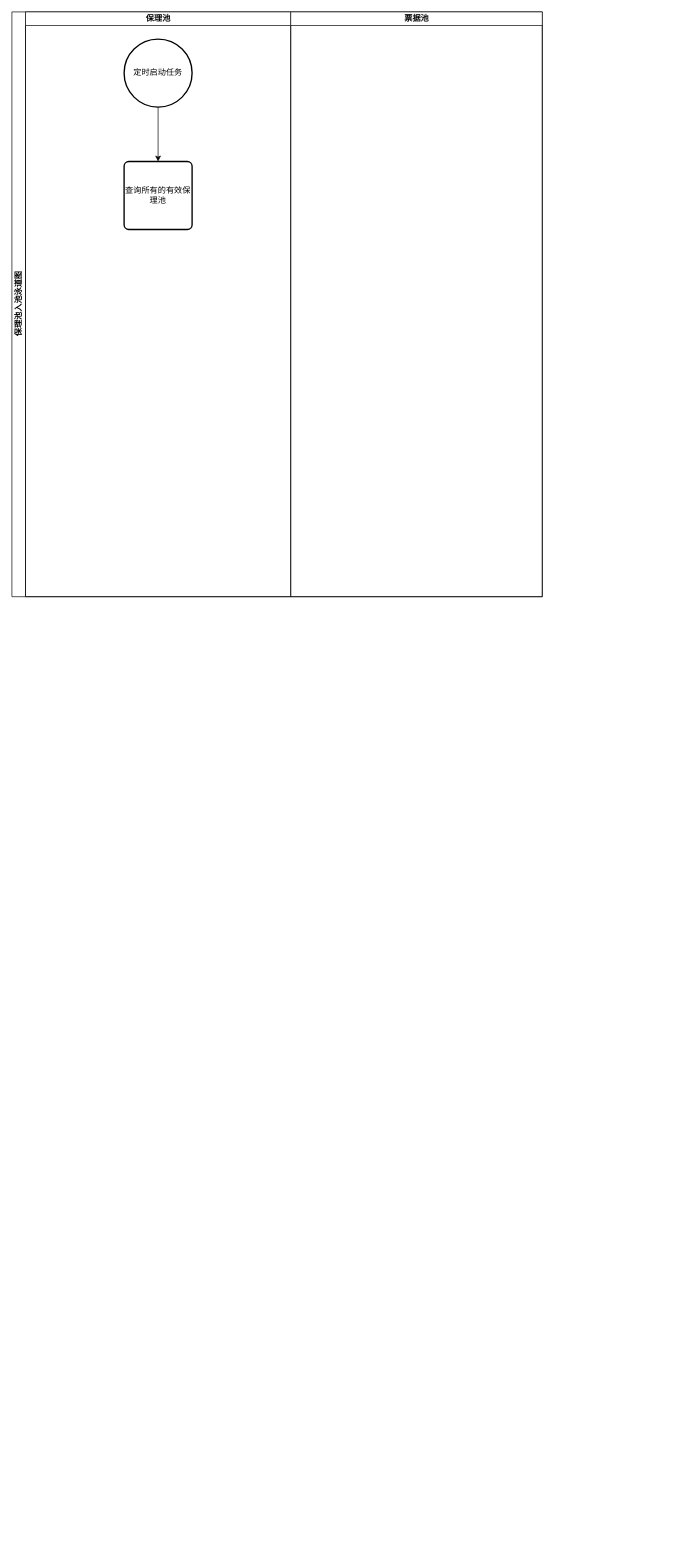
This is 金融科技/保理池入池流程图.drawio from 294794668/draw, a draw.io file, before an edit. Source tidied: cells renumbered, new cells numbered last; positions are measured from the earlier drawing's top-left corner, leaving out a move shared by most shapes. Both pictures are drawn from the tidied source at 68%, with x=0, y=0 at pixel (12, 12).
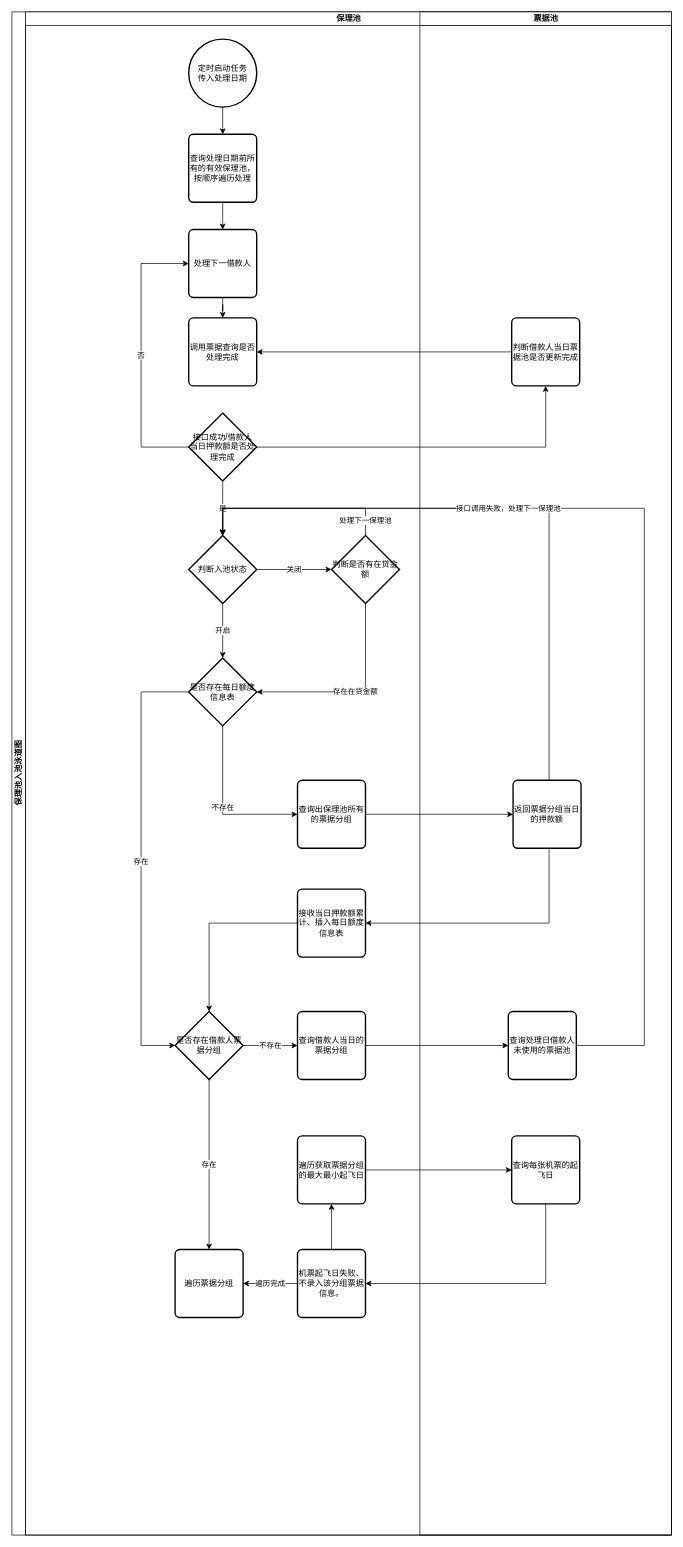
The same diagram, later.

Commit message:
更新保理池入池流程图.drawio

The edit, as a diff of the source:
```diff
@@
     <mxCell id="2" value="保理池入池泳道图" style="swimlane;html=1;startSize=20;horizontal=0;" parent="1" vertex="1">
-      <mxGeometry width="780" height="860" as="geometry" />
+      <mxGeometry width="970" height="2240" as="geometry" />
     </mxCell>
     <mxCell id="3" value="保理池" style="swimlane;html=1;startSize=20;" parent="2" vertex="1">
-      <mxGeometry x="20" width="390" height="860" as="geometry" />
+      <mxGeometry x="20" width="950" height="2240" as="geometry" />
     </mxCell>
@@
-    <mxCell id="5" value="定时启动任务" style="strokeWidth=2;html=1;shape=mxgraph.flowchart.start_2;whiteSpace=wrap;" parent="3" vertex="1">
-      <mxGeometry x="145" y="40" width="100" height="100" as="geometry" />
+    <mxCell id="5" value="定时启动任务&lt;br&gt;传入处理日期" style="strokeWidth=2;html=1;shape=mxgraph.flowchart.start_2;whiteSpace=wrap;" parent="3" vertex="1">
+      <mxGeometry x="240" y="40" width="100" height="100" as="geometry" />
     </mxCell>
+    <mxCell id="8" style="edgeStyle=orthogonalEdgeStyle;rounded=0;jettySize=auto;html=1;" parent="3" edge="1" source="6" target="10">
+      <mxGeometry relative="1" as="geometry" />
+    </mxCell>
-    <mxCell id="6" value="查询所有的有效保理池" style="rounded=1;whiteSpace=wrap;html=1;absoluteArcSize=1;arcSize=14;strokeWidth=2;fontFamily=Helvetica;fontSize=12;fontColor=#000000;align=center;strokeColor=#000000;fillColor=#ffffff;" parent="3" vertex="1">
-      <mxGeometry x="145" y="220" width="100" height="100" as="geometry" />
+    <mxCell id="6" value="查询处理日期前所有的有效保理池，按顺序遍历处理" style="rounded=1;whiteSpace=wrap;html=1;absoluteArcSize=1;arcSize=14;strokeWidth=2;fontFamily=Helvetica;fontSize=12;fontColor=#000000;align=center;strokeColor=#000000;fillColor=#ffffff;" parent="3" vertex="1">
+      <mxGeometry x="240" y="180" width="100" height="100" as="geometry" />
     </mxCell>
+    <mxCell id="9" style="edgeStyle=orthogonalEdgeStyle;rounded=0;jettySize=auto;html=1;" parent="3" edge="1" source="10" target="24">
+      <mxGeometry relative="1" as="geometry" />
+    </mxCell>
+    <mxCell id="10" value="处理下一借款人" style="rounded=1;whiteSpace=wrap;html=1;absoluteArcSize=1;arcSize=14;strokeWidth=2;fontFamily=Helvetica;fontSize=12;fontColor=#000000;align=center;strokeColor=#000000;fillColor=#ffffff;" parent="3" vertex="1">
+      <mxGeometry x="240" y="320" width="100" height="100" as="geometry" />
+    </mxCell>
+    <mxCell id="11" value="关闭" style="edgeStyle=orthogonalEdgeStyle;rounded=0;jettySize=auto;html=1;" parent="3" edge="1" source="13" target="23">
+      <mxGeometry relative="1" as="geometry" />
+    </mxCell>
+    <mxCell id="12" value="开启" style="edgeStyle=orthogonalEdgeStyle;rounded=0;jettySize=auto;html=1;" parent="3" edge="1" source="13" target="16">
+      <mxGeometry relative="1" as="geometry" />
+    </mxCell>
+    <mxCell id="13" value="判断入池状态" style="strokeWidth=2;html=1;shape=mxgraph.flowchart.decision;whiteSpace=wrap;fontFamily=Helvetica;fontSize=12;fontColor=#000000;align=center;strokeColor=#000000;fillColor=#ffffff;" parent="3" vertex="1">
+      <mxGeometry x="240" y="770" width="100" height="100" as="geometry" />
+    </mxCell>
+    <mxCell id="14" value="不存在" style="edgeStyle=orthogonalEdgeStyle;rounded=0;jettySize=auto;html=1;" parent="3" edge="1" source="16" target="17">
+      <mxGeometry relative="1" as="geometry">
+        <Array as="points">
+          <mxPoint x="290" y="1180" />
+        </Array>
+      </mxGeometry>
+    </mxCell>
+    <mxCell id="15" value="存在" style="edgeStyle=orthogonalEdgeStyle;rounded=0;jettySize=auto;html=1;" parent="3" edge="1" source="16" target="43">
+      <mxGeometry relative="1" as="geometry">
+        <Array as="points">
+          <mxPoint x="170" y="1000" />
+          <mxPoint x="170" y="1520" />
+        </Array>
+      </mxGeometry>
+    </mxCell>
+    <mxCell id="16" value="是否存在每日额度信息表" style="strokeWidth=2;html=1;shape=mxgraph.flowchart.decision;whiteSpace=wrap;fontFamily=Helvetica;fontSize=12;fontColor=#000000;align=center;strokeColor=#000000;fillColor=#ffffff;" parent="3" vertex="1">
+      <mxGeometry x="240" y="950" width="100" height="100" as="geometry" />
+    </mxCell>
+    <mxCell id="17" value="查询出保理池所有的票据分组" style="rounded=1;whiteSpace=wrap;html=1;absoluteArcSize=1;arcSize=14;strokeWidth=2;fontFamily=Helvetica;fontSize=12;fontColor=#000000;align=center;strokeColor=#000000;fillColor=#ffffff;" parent="3" vertex="1">
+      <mxGeometry x="400" y="1130" width="100" height="100" as="geometry" />
+    </mxCell>
+    <mxCell id="18" value="是" style="edgeStyle=orthogonalEdgeStyle;rounded=0;jettySize=auto;html=1;" parent="3" edge="1" source="20" target="13">
+      <mxGeometry relative="1" as="geometry" />
+    </mxCell>
+    <mxCell id="19" value="否" style="edgeStyle=orthogonalEdgeStyle;rounded=0;jettySize=auto;html=1;entryX=0;entryY=0.5;entryDx=0;entryDy=0;" parent="3" edge="1" source="20" target="10">
+      <mxGeometry relative="1" as="geometry">
+        <Array as="points">
+          <mxPoint x="170" y="640" />
+          <mxPoint x="170" y="370" />
+        </Array>
+      </mxGeometry>
+    </mxCell>
+    <mxCell id="20" value="接口成功/借款人当日押款额是否处理完成" style="strokeWidth=2;html=1;shape=mxgraph.flowchart.decision;whiteSpace=wrap;fontFamily=Helvetica;fontSize=12;fontColor=#000000;align=center;strokeColor=#000000;fillColor=#ffffff;" parent="3" vertex="1">
+      <mxGeometry x="240" y="590" width="100" height="100" as="geometry" />
+    </mxCell>
+    <mxCell id="21" value="处理下一保理池" style="edgeStyle=orthogonalEdgeStyle;rounded=0;jettySize=auto;html=1;entryX=0.5;entryY=0;entryDx=0;entryDy=0;entryPerimeter=0;" parent="3" edge="1" source="23" target="13">
+      <mxGeometry x="-0.85" relative="1" as="geometry">
+        <Array as="points">
+          <mxPoint x="500" y="730" />
+          <mxPoint x="290" y="730" />
+        </Array>
+      </mxGeometry>
+    </mxCell>
+    <mxCell id="22" value="存在在贷金额" style="edgeStyle=orthogonalEdgeStyle;rounded=0;jettySize=auto;html=1;" parent="3" edge="1" source="23">
+      <mxGeometry relative="1" as="geometry">
+        <mxPoint x="340" y="1000" as="targetPoint" />
+        <Array as="points">
+          <mxPoint x="500" y="1000" />
+        </Array>
+      </mxGeometry>
+    </mxCell>
+    <mxCell id="23" value="判断是否有在贷金额" style="strokeWidth=2;html=1;shape=mxgraph.flowchart.decision;whiteSpace=wrap;fontFamily=Helvetica;fontSize=12;fontColor=#000000;align=center;strokeColor=#000000;fillColor=#ffffff;" parent="3" vertex="1">
+      <mxGeometry x="450" y="770" width="100" height="100" as="geometry" />
+    </mxCell>
+    <mxCell id="24" value="调用票据查询是否处理完成" style="rounded=1;whiteSpace=wrap;html=1;absoluteArcSize=1;arcSize=14;strokeWidth=2;fontFamily=Helvetica;fontSize=12;fontColor=#000000;align=center;strokeColor=#000000;fillColor=#ffffff;" parent="3" vertex="1">
+      <mxGeometry x="240" y="450" width="100" height="100" as="geometry" />
+    </mxCell>
+    <mxCell id="25" style="edgeStyle=orthogonalEdgeStyle;rounded=0;jettySize=auto;html=1;" parent="3" edge="1" source="26" target="43">
+      <mxGeometry relative="1" as="geometry" />
+    </mxCell>
+    <mxCell id="26" value="接收当日押款额累计、插入每日额度信息表" style="rounded=1;whiteSpace=wrap;html=1;absoluteArcSize=1;arcSize=14;strokeWidth=2;fontFamily=Helvetica;fontSize=12;fontColor=#000000;align=center;strokeColor=#000000;fillColor=#ffffff;" parent="3" vertex="1">
+      <mxGeometry x="400" y="1290" width="100" height="100" as="geometry" />
+    </mxCell>
+    <mxCell id="27" style="edgeStyle=orthogonalEdgeStyle;rounded=0;jettySize=auto;html=1;" parent="3" edge="1" source="28" target="31">
+      <mxGeometry relative="1" as="geometry" />
+    </mxCell>
+    <mxCell id="28" value="查询借款人当日的票据分组" style="rounded=1;whiteSpace=wrap;html=1;absoluteArcSize=1;arcSize=14;strokeWidth=2;fontFamily=Helvetica;fontSize=12;fontColor=#000000;align=center;strokeColor=#000000;fillColor=#ffffff;" parent="3" vertex="1">
+      <mxGeometry x="400" y="1470" width="100" height="100" as="geometry" />
+    </mxCell>
-    <mxCell id="7" value="票据池" style="swimlane;html=1;startSize=20;" parent="2" vertex="1">
-      <mxGeometry x="410" width="370" height="860" as="geometry" />
+    <mxCell id="7" value="票据池" style="swimlane;html=1;startSize=20;" parent="3" vertex="1">
+      <mxGeometry x="580" width="370" height="2240" as="geometry" />
     </mxCell>
+    <mxCell id="29" value="判断借款人当日票据池是否更新完成" style="rounded=1;whiteSpace=wrap;html=1;absoluteArcSize=1;arcSize=14;strokeWidth=2;fontFamily=Helvetica;fontSize=12;fontColor=#000000;align=center;strokeColor=#000000;fillColor=#ffffff;" parent="7" vertex="1">
+      <mxGeometry x="135" y="450" width="100" height="100" as="geometry" />
+    </mxCell>
+    <mxCell id="30" value="返回票据分组当日的押款额" style="rounded=1;whiteSpace=wrap;html=1;absoluteArcSize=1;arcSize=14;strokeWidth=2;fontFamily=Helvetica;fontSize=12;fontColor=#000000;align=center;strokeColor=#000000;fillColor=#ffffff;" parent="7" vertex="1">
+      <mxGeometry x="137" y="1130" width="100" height="100" as="geometry" />
+    </mxCell>
+    <mxCell id="31" value="查询处理日借款人未使用的票据池" style="rounded=1;whiteSpace=wrap;html=1;absoluteArcSize=1;arcSize=14;strokeWidth=2;fontFamily=Helvetica;fontSize=12;fontColor=#000000;align=center;strokeColor=#000000;fillColor=#ffffff;" parent="7" vertex="1">
+      <mxGeometry x="130" y="1470" width="100" height="100" as="geometry" />
+    </mxCell>
+    <mxCell id="32" value="查询每张机票的起飞日" style="rounded=1;whiteSpace=wrap;html=1;absoluteArcSize=1;arcSize=14;strokeWidth=2;fontFamily=Helvetica;fontSize=12;fontColor=#000000;align=center;strokeColor=#000000;fillColor=#ffffff;" parent="7" vertex="1">
+      <mxGeometry x="135" y="1653" width="100" height="100" as="geometry" />
+    </mxCell>
+    <mxCell id="33" style="edgeStyle=orthogonalEdgeStyle;rounded=0;jettySize=auto;html=1;" parent="3" edge="1" source="20" target="29">
+      <mxGeometry relative="1" as="geometry" />
+    </mxCell>
+    <mxCell id="34" style="edgeStyle=orthogonalEdgeStyle;rounded=0;jettySize=auto;html=1;" parent="3" edge="1" source="29" target="24">
+      <mxGeometry relative="1" as="geometry" />
+    </mxCell>
+    <mxCell id="35" style="edgeStyle=orthogonalEdgeStyle;rounded=0;jettySize=auto;html=1;" parent="3" edge="1" source="30" target="26">
+      <mxGeometry relative="1" as="geometry">
+        <Array as="points">
+          <mxPoint x="770" y="1340" />
+        </Array>
+      </mxGeometry>
+    </mxCell>
+    <mxCell id="36" style="edgeStyle=orthogonalEdgeStyle;rounded=0;jettySize=auto;html=1;" parent="3" edge="1" source="17" target="30">
+      <mxGeometry relative="1" as="geometry" />
+    </mxCell>
+    <mxCell id="37" style="edgeStyle=orthogonalEdgeStyle;rounded=0;jettySize=auto;html=1;" parent="3" edge="1" source="31" target="13">
+      <mxGeometry relative="1" as="geometry">
+        <Array as="points">
+          <mxPoint x="910" y="1520" />
+          <mxPoint x="910" y="730" />
+          <mxPoint x="290" y="730" />
+        </Array>
+      </mxGeometry>
+    </mxCell>
+    <mxCell id="38" value="接口调用失败，处理下一保理池" style="edgeStyle=orthogonalEdgeStyle;rounded=0;jettySize=auto;html=1;" parent="3" edge="1" source="30" target="13">
+      <mxGeometry relative="1" as="geometry">
+        <Array as="points">
+          <mxPoint x="770" y="730" />
+          <mxPoint x="290" y="730" />
+        </Array>
+      </mxGeometry>
+    </mxCell>
+    <mxCell id="39" style="edgeStyle=orthogonalEdgeStyle;rounded=0;jettySize=auto;html=1;" parent="3" edge="1" source="40" target="32">
+      <mxGeometry relative="1" as="geometry" />
+    </mxCell>
+    <mxCell id="40" value="遍历获取票据分组的最大最小起飞日" style="rounded=1;whiteSpace=wrap;html=1;absoluteArcSize=1;arcSize=14;strokeWidth=2;fontFamily=Helvetica;fontSize=12;fontColor=#000000;align=center;strokeColor=#000000;fillColor=#ffffff;" parent="3" vertex="1">
+      <mxGeometry x="400" y="1653" width="100" height="100" as="geometry" />
+    </mxCell>
+    <mxCell id="41" value="不存在" style="edgeStyle=orthogonalEdgeStyle;rounded=0;jettySize=auto;html=1;" parent="3" edge="1" source="43" target="28">
+      <mxGeometry relative="1" as="geometry" />
+    </mxCell>
+    <mxCell id="42" value="存在" style="edgeStyle=orthogonalEdgeStyle;rounded=0;jettySize=auto;html=1;" parent="3" edge="1" source="43" target="47">
+      <mxGeometry relative="1" as="geometry" />
+    </mxCell>
+    <mxCell id="43" value="是否存在借款人票据分组" style="strokeWidth=2;html=1;shape=mxgraph.flowchart.decision;whiteSpace=wrap;fontFamily=Helvetica;fontSize=12;fontColor=#000000;align=center;strokeColor=#000000;fillColor=#ffffff;" parent="3" vertex="1">
+      <mxGeometry x="220" y="1470" width="100" height="100" as="geometry" />
+    </mxCell>
+    <mxCell id="44" value="遍历完成" style="edgeStyle=orthogonalEdgeStyle;rounded=0;jettySize=auto;html=1;" parent="3" edge="1" source="46" target="47">
+      <mxGeometry relative="1" as="geometry" />
+    </mxCell>
+    <mxCell id="45" style="edgeStyle=orthogonalEdgeStyle;rounded=0;jettySize=auto;html=1;" parent="3" edge="1" source="46" target="40">
+      <mxGeometry relative="1" as="geometry" />
+    </mxCell>
+    <mxCell id="46" value="机票起飞日失败、不录入该分组票据信息。" style="rounded=1;whiteSpace=wrap;html=1;absoluteArcSize=1;arcSize=14;strokeWidth=2;fontFamily=Helvetica;fontSize=12;fontColor=#000000;align=center;strokeColor=#000000;fillColor=#ffffff;direction=south;" parent="3" vertex="1">
+      <mxGeometry x="400" y="1820" width="100" height="100" as="geometry" />
+    </mxCell>
+    <mxCell id="47" value="遍历票据分组" style="rounded=1;whiteSpace=wrap;html=1;absoluteArcSize=1;arcSize=14;strokeWidth=2;fontFamily=Helvetica;fontSize=12;fontColor=#000000;align=center;strokeColor=#000000;fillColor=#ffffff;direction=south;" parent="3" vertex="1">
+      <mxGeometry x="220" y="1820" width="100" height="100" as="geometry" />
+    </mxCell>
+    <mxCell id="48" style="edgeStyle=orthogonalEdgeStyle;rounded=0;jettySize=auto;html=1;" parent="3" edge="1" source="32" target="46">
+      <mxGeometry relative="1" as="geometry">
+        <Array as="points">
+          <mxPoint x="765" y="1870" />
+        </Array>
+      </mxGeometry>
+    </mxCell>
```
